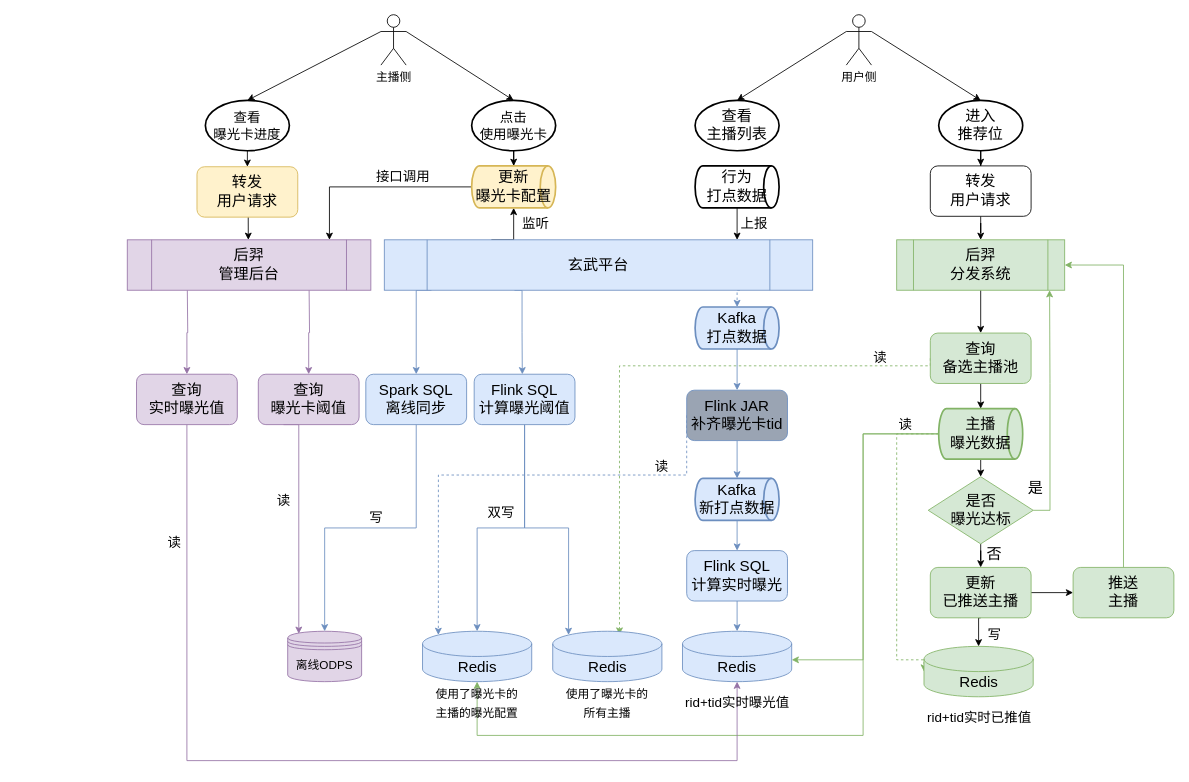
Above: 后羿接曝光卡.drawio in hongweilv-whu/flowCharts (draw.io), before the change. Source tidied: cells renumbered, new cells numbered last; positions are measured from the earlier drawing's top-left corner, leaving out a move shared by most shapes. Both pictures are drawn from the tidied source at 84%, with x=0, y=0 at pixel (127, 14).
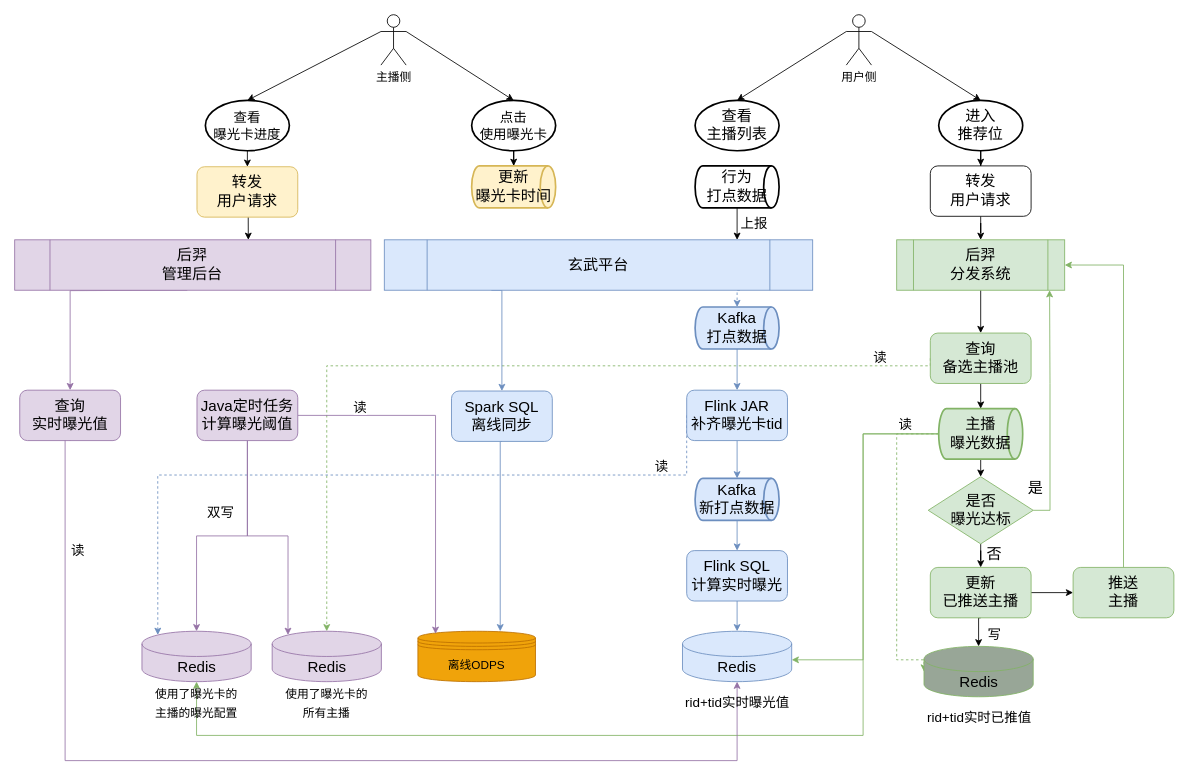
After the change.

Commit message (it also covers changes not shown here):
Update 后羿接曝光卡.drawio

The change refers to these unchanged cells:
```xml
<mxCell id="14" value="&lt;span style=&quot;font-size: 18px;&quot;&gt;查询&lt;br&gt;备选主播池&lt;/span&gt;" style="rounded=1;whiteSpace=wrap;html=1;fontSize=14;fillColor=#d5e8d4;strokeColor=#82b366;" parent="1" vertex="1">
  <mxGeometry x="956" y="379" width="120" height="60" as="geometry" />
</mxCell>
<mxCell id="22" value="Redis" style="shape=cylinder3;whiteSpace=wrap;html=1;boundedLbl=1;backgroundOutline=1;size=15;fontSize=18;fillColor=#dae8fc;strokeColor=#6c8ebf;" parent="21" vertex="1">
  <mxGeometry x="2.5" width="130" height="60" as="geometry" />
</mxCell>
<mxCell id="42" value="玄武平台" style="shape=process;whiteSpace=wrap;html=1;backgroundOutline=1;fontSize=18;fillColor=#dae8fc;strokeColor=#6c8ebf;points=[[0,0,0,0,0],[0,0.25,0,0,0],[0,0.5,0,0,0],[0,0.75,0,0,0],[0.11,1,0,0,0],[0.25,0,0,0,0],[0.25,1,0,0,0],[0.5,0,0,0,0],[0.5,1,0,0,0],[0.75,0,0,0,0],[0.83,1,0,0,0],[1,0,0,0,0],[1,0.25,0,0,0],[1,0.5,0,0,0],[1,0.75,0,0,0],[1,1,0,0,0]];" parent="1" vertex="1">
  <mxGeometry x="306" y="268" width="510" height="60" as="geometry" />
</mxCell>
<mxCell id="53" value="&lt;font style=&quot;font-size: 18px;&quot;&gt;主播&lt;br&gt;曝光数据&lt;/font&gt;" style="strokeWidth=2;html=1;shape=mxgraph.flowchart.direct_data;whiteSpace=wrap;fontSize=16;fillColor=#d5e8d4;strokeColor=#82b366;" parent="1" vertex="1">
  <mxGeometry x="966" y="469" width="100" height="60" as="geometry" />
</mxCell>
<mxCell id="57" value="&lt;span style=&quot;font-size: 18px;&quot;&gt;Kafka&lt;br&gt;打点数据&lt;/span&gt;" style="strokeWidth=2;html=1;shape=mxgraph.flowchart.direct_data;whiteSpace=wrap;fontSize=16;fillColor=#dae8fc;strokeColor=#6c8ebf;" parent="1" vertex="1">
  <mxGeometry x="676" y="348" width="100" height="50" as="geometry" />
</mxCell>
<mxCell id="75" style="group;" parent="1" vertex="1">
  <mxGeometry x="946" y="752" width="135" height="100" as="geometry" />
</mxCell>
```

What changed in the source:
```diff
@@
-    <mxCell id="2" style="edgeStyle=orthogonalEdgeStyle;rounded=0;jettySize=auto;html=1;exitX=0;exitY=0.5;exitDx=0;exitDy=0;exitPerimeter=0;entryX=0.5;entryY=1;entryDx=0;entryDy=0;entryPerimeter=0;fontSize=16;fillColor=#d5e8d4;strokeColor=#82b366;" parent="1" edge="1" source="53" target="19">
+    <mxCell id="2" style="edgeStyle=orthogonalEdgeStyle;rounded=0;jettySize=auto;html=1;exitX=0;exitY=0.5;exitDx=0;exitDy=0;exitPerimeter=0;entryX=0.5;entryY=1;entryDx=0;entryDy=0;entryPerimeter=0;fontSize=16;fillColor=#d5e8d4;strokeColor=#82b366;" parent="1" edge="1" source="53" target="96">
       <mxGeometry relative="1" as="geometry">
         <Array as="points">
           <mxPoint x="876" y="499" />
           <mxPoint x="876" y="858" />
-          <mxPoint x="416" y="858" />
+          <mxPoint x="83" y="858" />
         </Array>
       </mxGeometry>
     </mxCell>
     <mxCell id="3" style="edgeStyle=orthogonalEdgeStyle;rounded=0;jettySize=auto;html=1;exitX=0.5;exitY=1;exitDx=0;exitDy=0;fontSize=16;entryX=0.5;entryY=1;entryDx=0;entryDy=0;entryPerimeter=0;fillColor=#e1d5e7;strokeColor=#9673a6;" parent="1" edge="1" source="73" target="22">
       <mxGeometry relative="1" as="geometry">
         <Array as="points">
-          <mxPoint x="71" y="888" />
+          <mxPoint x="-74" y="488" />
+          <mxPoint x="-74" y="888" />
           <mxPoint x="726" y="888" />
         </Array>
       </mxGeometry>
     </mxCell>
@@
-    <mxCell id="13" style="edgeStyle=orthogonalEdgeStyle;rounded=0;jettySize=auto;html=1;exitX=0;exitY=0.5;exitDx=0;exitDy=0;fontSize=16;fillColor=#d5e8d4;strokeColor=#82b366;dashed=1;" parent="1" edge="1" source="14">
+    <mxCell id="13" style="edgeStyle=orthogonalEdgeStyle;rounded=0;jettySize=auto;html=1;exitX=0;exitY=0.5;exitDx=0;exitDy=0;fontSize=16;fillColor=#d5e8d4;strokeColor=#82b366;dashed=1;entryX=0.5;entryY=0;entryDx=0;entryDy=0;entryPerimeter=0;" parent="1" edge="1" source="14" target="94">
       <mxGeometry relative="1" as="geometry">
-        <mxPoint x="586" y="738" as="targetPoint" />
         <Array as="points">
           <mxPoint x="956" y="418" />
-          <mxPoint x="586" y="418" />
+          <mxPoint x="237" y="418" />
         </Array>
       </mxGeometry>
     </mxCell>
@@
-    <mxCell id="15" style="group;" parent="1" vertex="1">
-      <mxGeometry x="504" y="734" width="135" height="100" as="geometry" />
-    </mxCell>
-    <mxCell id="16" value="Redis" style="shape=cylinder3;whiteSpace=wrap;html=1;boundedLbl=1;backgroundOutline=1;size=15;fontSize=18;fillColor=#dae8fc;strokeColor=#6c8ebf;" parent="15" vertex="1">
-      <mxGeometry x="2.5" width="130" height="60" as="geometry" />
-    </mxCell>
-    <mxCell id="17" value="&lt;font style=&quot;font-size: 14px;&quot;&gt;使用了曝光卡的&lt;br&gt;所有主播&lt;/font&gt;" style="text;html=1;align=center;verticalAlign=middle;whiteSpace=wrap;rounded=0;fontSize=18;" parent="15" vertex="1">
-      <mxGeometry y="70" width="135" height="30" as="geometry" />
-    </mxCell>
-    <mxCell id="18" style="group;" parent="1" vertex="1">
-      <mxGeometry x="349" y="734" width="135" height="100" as="geometry" />
-    </mxCell>
-    <mxCell id="19" value="Redis" style="shape=cylinder3;whiteSpace=wrap;html=1;boundedLbl=1;backgroundOutline=1;size=15;fontSize=18;fillColor=#dae8fc;strokeColor=#6c8ebf;" parent="18" vertex="1">
-      <mxGeometry x="2.5" width="130" height="60" as="geometry" />
-    </mxCell>
-    <mxCell id="20" value="&lt;font style=&quot;font-size: 14px;&quot;&gt;使用了曝光卡的&lt;br&gt;主播的曝光配置&lt;/font&gt;" style="text;html=1;strokeColor=none;fillColor=none;align=center;verticalAlign=middle;whiteSpace=wrap;rounded=0;fontSize=18;" parent="18" vertex="1">
-      <mxGeometry y="70" width="135" height="30" as="geometry" />
-    </mxCell>
@@
-    <mxCell id="33" style="edgeStyle=orthogonalEdgeStyle;rounded=0;jettySize=auto;html=1;exitX=0;exitY=0.5;exitDx=0;exitDy=0;entryX=0.145;entryY=0;entryDx=0;entryDy=4.35;entryPerimeter=0;dashed=1;fontSize=16;fillColor=#dae8fc;strokeColor=#6c8ebf;" parent="1" edge="1" source="34" target="19">
+    <mxCell id="33" style="edgeStyle=orthogonalEdgeStyle;rounded=0;jettySize=auto;html=1;exitX=0;exitY=0.5;exitDx=0;exitDy=0;dashed=1;fontSize=16;fillColor=#dae8fc;strokeColor=#6c8ebf;entryX=0.145;entryY=0;entryDx=0;entryDy=4.35;entryPerimeter=0;" parent="1" edge="1" source="34" target="96">
       <mxGeometry relative="1" as="geometry">
         <Array as="points">
           <mxPoint x="666" y="548" />
-          <mxPoint x="370" y="548" />
+          <mxPoint x="36" y="548" />
         </Array>
       </mxGeometry>
     </mxCell>
-    <mxCell id="34" value="&lt;span style=&quot;font-size: 18px;&quot;&gt;Flink JAR&lt;br&gt;补齐曝光卡tid&lt;br&gt;&lt;/span&gt;" style="rounded=1;whiteSpace=wrap;html=1;fontSize=14;fillColor=#9AA4B3;strokeColor=#6c8ebf;" parent="1" vertex="1">
+    <mxCell id="34" value="&lt;span style=&quot;font-size: 18px;&quot;&gt;Flink JAR&lt;br&gt;补齐曝光卡tid&lt;br&gt;&lt;/span&gt;" style="rounded=1;whiteSpace=wrap;html=1;fontSize=14;fillColor=#dae8fc;strokeColor=#6c8ebf;" parent="1" vertex="1">
       <mxGeometry x="666" y="447" width="120" height="60" as="geometry" />
     </mxCell>
@@
-    <mxCell id="37" value="&lt;font style=&quot;font-size: 14px;&quot;&gt;离线ODPS&lt;/font&gt;" style="shape=datastore;whiteSpace=wrap;html=1;fontSize=18;fillColor=#e1d5e7;strokeColor=#9673a6;" parent="1" vertex="1">
-      <mxGeometry x="191" y="734" width="88" height="60" as="geometry" />
+    <mxCell id="37" value="&lt;font style=&quot;font-size: 14px;&quot;&gt;离线ODPS&lt;/font&gt;" style="shape=datastore;whiteSpace=wrap;html=1;fontSize=18;fillColor=#f0a30a;strokeColor=#BD7000;fontColor=#000000;points=[[0,0.3,0,0,0],[0,0.5,0,0,0],[0,0.7,0,0,0],[0.15,0.05,0,0,0],[0.15,0.95,0,0,0],[0.5,0,0,0,0],[0.5,1,0,0,0],[0.7,0,0,0,0],[0.85,0.95,0,0,0],[1,0.3,0,0,0],[1,0.5,0,0,0],[1,0.7,0,0,0]];" parent="1" vertex="1">
+      <mxGeometry x="346" y="734" width="140" height="60" as="geometry" />
     </mxCell>
-    <mxCell id="38" style="edgeStyle=orthogonalEdgeStyle;rounded=0;jettySize=auto;html=1;exitX=0.25;exitY=0;exitDx=0;exitDy=0;fontSize=16;entryX=0.5;entryY=1;entryDx=0;entryDy=0;entryPerimeter=0;" parent="1" edge="1" source="42" target="61">
-      <mxGeometry relative="1" as="geometry">
-        <Array as="points">
-          <mxPoint x="460" y="268" />
-        </Array>
-      </mxGeometry>
-    </mxCell>
-    <mxCell id="39" style="edgeStyle=orthogonalEdgeStyle;rounded=0;orthogonalLoop=1;jettySize=auto;html=1;exitX=0.11;exitY=1;exitDx=0;exitDy=0;exitPerimeter=0;entryX=0.5;entryY=0;entryDx=0;entryDy=0;fontSize=16;fillColor=#dae8fc;strokeColor=#6c8ebf;" parent="1" edge="1">
-      <mxGeometry relative="1" as="geometry">
-        <mxPoint x="461" y="328.1" as="sourcePoint" />
-        <mxPoint x="470.3" y="428.1" as="targetPoint" />
-        <Array as="points">
-          <mxPoint x="470" y="328.1" />
-          <mxPoint x="470" y="378.1" />
-          <mxPoint x="470" y="378.1" />
-        </Array>
-      </mxGeometry>
-    </mxCell>
+    <mxCell id="41" style="edgeStyle=orthogonalEdgeStyle;rounded=0;jettySize=auto;html=1;exitX=0.83;exitY=1;exitDx=0;exitDy=0;exitPerimeter=0;entryX=0.5;entryY=0;entryDx=0;entryDy=0;entryPerimeter=0;dashed=1;fontSize=16;fillColor=#dae8fc;strokeColor=#6c8ebf;" parent="1" edge="1" source="42" target="57">
+      <mxGeometry relative="1" as="geometry" />
+    </mxCell>
-    <mxCell id="40" style="edgeStyle=orthogonalEdgeStyle;rounded=0;jettySize=auto;html=1;exitX=0.11;exitY=1;exitDx=0;exitDy=0;exitPerimeter=0;fontSize=16;fillColor=#dae8fc;strokeColor=#6c8ebf;" parent="1" edge="1" source="42" target="85">
+    <mxCell id="40" style="edgeStyle=orthogonalEdgeStyle;rounded=0;jettySize=auto;html=1;exitX=0.25;exitY=1;exitDx=0;exitDy=0;exitPerimeter=0;entryX=0.5;entryY=0;entryDx=0;entryDy=0;fontSize=16;fillColor=#dae8fc;strokeColor=#6c8ebf;" parent="1" edge="1" source="42" target="85">
       <mxGeometry relative="1" as="geometry">
         <Array as="points">
-          <mxPoint x="344" y="328" />
+          <mxPoint x="446" y="328" />
         </Array>
       </mxGeometry>
     </mxCell>
-    <mxCell id="41" style="edgeStyle=orthogonalEdgeStyle;rounded=0;jettySize=auto;html=1;exitX=0.83;exitY=1;exitDx=0;exitDy=0;exitPerimeter=0;entryX=0.5;entryY=0;entryDx=0;entryDy=0;entryPerimeter=0;dashed=1;fontSize=16;fillColor=#dae8fc;strokeColor=#6c8ebf;" parent="1" edge="1" source="42" target="57">
-      <mxGeometry relative="1" as="geometry" />
-    </mxCell>
@@
-    <mxCell id="60" style="edgeStyle=orthogonalEdgeStyle;rounded=0;jettySize=auto;html=1;exitX=0;exitY=0.5;exitDx=0;exitDy=0;exitPerimeter=0;entryX=0.83;entryY=0;entryDx=0;entryDy=0;entryPerimeter=0;fontSize=16;" parent="1" edge="1" source="61" target="70">
-      <mxGeometry relative="1" as="geometry" />
-    </mxCell>
-    <mxCell id="61" value="&lt;span style=&quot;font-size: 18px;&quot;&gt;更新&lt;br&gt;曝光卡配置&lt;/span&gt;" style="strokeWidth=2;html=1;shape=mxgraph.flowchart.direct_data;whiteSpace=wrap;fontSize=16;fillColor=#fff2cc;strokeColor=#d6b656;" parent="1" vertex="1">
+    <mxCell id="61" value="&lt;span style=&quot;font-size: 18px;&quot;&gt;更新&lt;br&gt;曝光卡时间&lt;/span&gt;" style="strokeWidth=2;html=1;shape=mxgraph.flowchart.direct_data;whiteSpace=wrap;fontSize=16;fillColor=#fff2cc;strokeColor=#d6b656;" parent="1" vertex="1">
       <mxGeometry x="410" y="180" width="100" height="50" as="geometry" />
     </mxCell>
@@
-    <mxCell id="64" style="edgeStyle=orthogonalEdgeStyle;rounded=0;jettySize=auto;html=1;exitX=0.5;exitY=1;exitDx=0;exitDy=0;fontSize=16;fillColor=#dae8fc;strokeColor=#6c8ebf;" parent="1" edge="1" source="66" target="19">
-      <mxGeometry relative="1" as="geometry" />
-    </mxCell>
-    <mxCell id="65" style="edgeStyle=orthogonalEdgeStyle;rounded=0;jettySize=auto;html=1;exitX=0.5;exitY=1;exitDx=0;exitDy=0;entryX=0.145;entryY=0;entryDx=0;entryDy=4.35;entryPerimeter=0;fontSize=16;fillColor=#dae8fc;strokeColor=#6c8ebf;" parent="1" edge="1" source="66" target="16">
-      <mxGeometry relative="1" as="geometry" />
-    </mxCell>
-    <mxCell id="66" value="&lt;span style=&quot;font-size: 18px;&quot;&gt;Flink SQL&lt;br&gt;计算曝光阈值&lt;br&gt;&lt;/span&gt;" style="rounded=1;whiteSpace=wrap;html=1;fontSize=14;fillColor=#dae8fc;strokeColor=#6c8ebf;" parent="1" vertex="1">
-      <mxGeometry x="413" y="428" width="120" height="60" as="geometry" />
-    </mxCell>
-    <mxCell id="67" value="双写" style="text;html=1;align=center;verticalAlign=middle;fontSize=16;" parent="1" vertex="1">
-      <mxGeometry x="420" y="582" width="50" height="20" as="geometry" />
-    </mxCell>
@@
-    <mxCell id="69" style="edgeStyle=orthogonalEdgeStyle;rounded=0;jettySize=auto;html=1;exitX=0.75;exitY=1;exitDx=0;exitDy=0;fontSize=16;fillColor=#e1d5e7;strokeColor=#9673a6;" parent="1" edge="1" target="72">
-      <mxGeometry relative="1" as="geometry">
-        <mxPoint x="216.5" y="328" as="sourcePoint" />
-      </mxGeometry>
-    </mxCell>
     <mxCell id="70" value="后羿&lt;br&gt;管理后台" style="shape=process;whiteSpace=wrap;html=1;backgroundOutline=1;fontSize=18;fillColor=#e1d5e7;strokeColor=#9673a6;points=[[0,0,0,0,0],[0,0.25,0,0,0],[0,0.5,0,0,0],[0,0.75,0,0,0],[0,1,0,0,0],[0.25,0,0,0,0],[0.25,1,0,0,0],[0.5,0,0,0,0],[0.5,1,0,0,0],[0.75,1,0,0,0],[0.83,0,0,0,0],[1,0,0,0,0],[1,0.25,0,0,0],[1,0.5,0,0,0],[1,0.75,0,0,0],[1,1,0,0,0]];" parent="1" vertex="1">
-      <mxGeometry y="268" width="290" height="60" as="geometry" />
+      <mxGeometry x="-134" y="268" width="424" height="60" as="geometry" />
     </mxCell>
-    <mxCell id="71" style="edgeStyle=orthogonalEdgeStyle;rounded=0;jettySize=auto;html=1;exitX=0.25;exitY=1;exitDx=0;exitDy=0;entryX=0.15;entryY=0.05;entryDx=0;entryDy=0;entryPerimeter=0;fontSize=16;fillColor=#e1d5e7;strokeColor=#9673a6;" parent="1" edge="1" source="72" target="37">
-      <mxGeometry relative="1" as="geometry">
-        <Array as="points">
-          <mxPoint x="204" y="488" />
-        </Array>
-      </mxGeometry>
-    </mxCell>
-    <mxCell id="72" value="&lt;span style=&quot;font-size: 18px;&quot;&gt;查询&lt;br&gt;曝光卡阈值&lt;br&gt;&lt;/span&gt;" style="rounded=1;whiteSpace=wrap;html=1;fontSize=14;fillColor=#e1d5e7;strokeColor=#9673a6;" parent="1" vertex="1">
-      <mxGeometry x="156" y="428" width="120" height="60" as="geometry" />
-    </mxCell>
     <mxCell id="73" value="&lt;span style=&quot;font-size: 18px;&quot;&gt;查询&lt;br&gt;实时曝光值&lt;br&gt;&lt;/span&gt;" style="rounded=1;whiteSpace=wrap;html=1;fontSize=14;fillColor=#e1d5e7;strokeColor=#9673a6;" parent="1" vertex="1">
-      <mxGeometry x="11" y="428" width="120" height="60" as="geometry" />
+      <mxGeometry x="-128" y="447" width="120" height="60" as="geometry" />
     </mxCell>
-    <mxCell id="74" value="接口调用" style="text;html=1;align=center;verticalAlign=middle;strokeColor=none;fillColor=none;fontSize=16;" parent="1" vertex="1">
-      <mxGeometry x="288" y="183" width="80" height="20" as="geometry" />
-    </mxCell>
@@
-    <mxCell id="76" value="Redis" style="shape=cylinder3;whiteSpace=wrap;html=1;boundedLbl=1;backgroundOutline=1;size=15;fontSize=18;fillColor=#d5e8d4;strokeColor=#82b366;" parent="75" vertex="1">
+    <mxCell id="76" value="Redis" style="shape=cylinder3;whiteSpace=wrap;html=1;boundedLbl=1;backgroundOutline=1;size=15;fontSize=18;fillColor=#98A697;strokeColor=#82b366;" parent="75" vertex="1">
       <mxGeometry x="2.5" width="130" height="60" as="geometry" />
     </mxCell>
@@
-    <mxCell id="78" value="监听" style="text;html=1;align=center;verticalAlign=middle;strokeColor=none;fillColor=none;fontSize=16;" parent="1" vertex="1">
-      <mxGeometry x="461" y="238" width="50" height="20" as="geometry" />
-    </mxCell>
@@
-    <mxCell id="84" style="edgeStyle=orthogonalEdgeStyle;rounded=0;jettySize=auto;html=1;exitX=0.5;exitY=1;exitDx=0;exitDy=0;fontSize=16;fillColor=#dae8fc;strokeColor=#6c8ebf;" parent="1" edge="1" source="85" target="37">
-      <mxGeometry relative="1" as="geometry" />
+    <mxCell id="84" style="edgeStyle=orthogonalEdgeStyle;rounded=0;jettySize=auto;html=1;exitX=0.5;exitY=1;exitDx=0;exitDy=0;entryX=0.7;entryY=0;entryDx=0;entryDy=0;fontSize=16;fillColor=#dae8fc;strokeColor=#6c8ebf;entryPerimeter=0;" parent="1" edge="1" source="85" target="37">
+      <mxGeometry relative="1" as="geometry">
+        <Array as="points">
+          <mxPoint x="444" y="508" />
+        </Array>
+      </mxGeometry>
     </mxCell>
     <mxCell id="85" value="&lt;span style=&quot;font-size: 18px;&quot;&gt;Spark SQL&lt;br&gt;离线同步&lt;br&gt;&lt;/span&gt;" style="rounded=1;whiteSpace=wrap;html=1;fontSize=14;fillColor=#dae8fc;strokeColor=#6c8ebf;" parent="1" vertex="1">
-      <mxGeometry x="284" y="428" width="120" height="60" as="geometry" />
+      <mxGeometry x="386" y="448" width="120" height="60" as="geometry" />
     </mxCell>
@@
-    <mxCell id="88" value="写" style="text;html=1;align=center;verticalAlign=middle;strokeColor=none;fillColor=none;fontSize=16;" parent="1" vertex="1">
-      <mxGeometry x="281" y="588" width="30" height="20" as="geometry" />
-    </mxCell>
-    <mxCell id="89" value="读" style="text;html=1;align=center;verticalAlign=middle;strokeColor=none;fillColor=none;fontSize=16;" parent="1" vertex="1">
-      <mxGeometry x="171" y="568" width="30" height="20" as="geometry" />
-    </mxCell>
     <mxCell id="90" value="读" style="text;html=1;align=center;verticalAlign=middle;strokeColor=none;fillColor=none;fontSize=16;" parent="1" vertex="1">
-      <mxGeometry x="41" y="618" width="30" height="20" as="geometry" />
+      <mxGeometry x="-74" y="628" width="30" height="20" as="geometry" />
     </mxCell>
@@
+    <mxCell id="93" style="group;" parent="1" vertex="1">
+      <mxGeometry x="170" y="734" width="135" height="100" as="geometry" />
+    </mxCell>
+    <mxCell id="94" value="Redis" style="shape=cylinder3;whiteSpace=wrap;html=1;boundedLbl=1;backgroundOutline=1;size=15;fontSize=18;fillColor=#e1d5e7;strokeColor=#9673a6;" parent="93" vertex="1">
+      <mxGeometry x="2.5" width="130" height="60" as="geometry" />
+    </mxCell>
+    <mxCell id="17" value="&lt;font style=&quot;font-size: 14px;&quot;&gt;使用了曝光卡的&lt;br&gt;所有主播&lt;/font&gt;" style="text;html=1;align=center;verticalAlign=middle;whiteSpace=wrap;rounded=0;fontSize=18;" parent="93" vertex="1">
+      <mxGeometry y="70" width="135" height="30" as="geometry" />
+    </mxCell>
+    <mxCell id="95" style="group;" parent="1" vertex="1">
+      <mxGeometry x="15" y="734" width="135" height="100" as="geometry" />
+    </mxCell>
+    <mxCell id="96" value="Redis" style="shape=cylinder3;whiteSpace=wrap;html=1;boundedLbl=1;backgroundOutline=1;size=15;fontSize=18;fillColor=#e1d5e7;strokeColor=#9673a6;" parent="95" vertex="1">
+      <mxGeometry x="2.5" width="130" height="60" as="geometry" />
+    </mxCell>
+    <mxCell id="20" value="&lt;font style=&quot;font-size: 14px;&quot;&gt;使用了曝光卡的&lt;br&gt;主播的曝光配置&lt;/font&gt;" style="text;html=1;strokeColor=none;fillColor=none;align=center;verticalAlign=middle;whiteSpace=wrap;rounded=0;fontSize=18;" parent="95" vertex="1">
+      <mxGeometry y="70" width="135" height="30" as="geometry" />
+    </mxCell>
+    <mxCell id="97" style="edgeStyle=orthogonalEdgeStyle;rounded=0;jettySize=auto;html=1;exitX=0.5;exitY=1;exitDx=0;exitDy=0;fontSize=16;fillColor=#e1d5e7;strokeColor=#9673a6;" parent="1" edge="1" source="100" target="96">
+      <mxGeometry relative="1" as="geometry" />
+    </mxCell>
+    <mxCell id="98" style="edgeStyle=orthogonalEdgeStyle;rounded=0;jettySize=auto;html=1;exitX=0.5;exitY=1;exitDx=0;exitDy=0;entryX=0.145;entryY=0;entryDx=0;entryDy=4.35;entryPerimeter=0;fontSize=16;fillColor=#e1d5e7;strokeColor=#9673a6;" parent="1" edge="1" source="100" target="94">
+      <mxGeometry relative="1" as="geometry" />
+    </mxCell>
+    <mxCell id="99" style="edgeStyle=orthogonalEdgeStyle;rounded=0;jettySize=auto;html=1;exitX=1;exitY=0.5;exitDx=0;exitDy=0;entryX=0.15;entryY=0.05;entryDx=0;entryDy=0;entryPerimeter=0;fontSize=16;fillColor=#e1d5e7;strokeColor=#9673a6;" parent="1" edge="1" source="100" target="37">
+      <mxGeometry relative="1" as="geometry" />
+    </mxCell>
+    <mxCell id="89" value="读" style="edgeLabel;html=1;align=center;verticalAlign=middle;fontSize=16;" parent="99" vertex="1">
+      <mxGeometry x="-0.55" y="1" relative="1" as="geometry">
+        <mxPoint x="-22" y="-10" as="offset" />
+      </mxGeometry>
+    </mxCell>
+    <mxCell id="100" value="&lt;span style=&quot;font-size: 18px;&quot;&gt;Java定时任务&lt;br&gt;计算曝光阈值&lt;br&gt;&lt;/span&gt;" style="rounded=1;whiteSpace=wrap;html=1;fontSize=14;fillColor=#e1d5e7;strokeColor=#9673a6;" parent="1" vertex="1">
+      <mxGeometry x="83" y="447" width="120" height="60" as="geometry" />
+    </mxCell>
+    <mxCell id="67" value="双写" style="text;html=1;align=center;verticalAlign=middle;fontSize=16;" parent="1" vertex="1">
+      <mxGeometry x="86" y="582" width="50" height="20" as="geometry" />
+    </mxCell>
```
